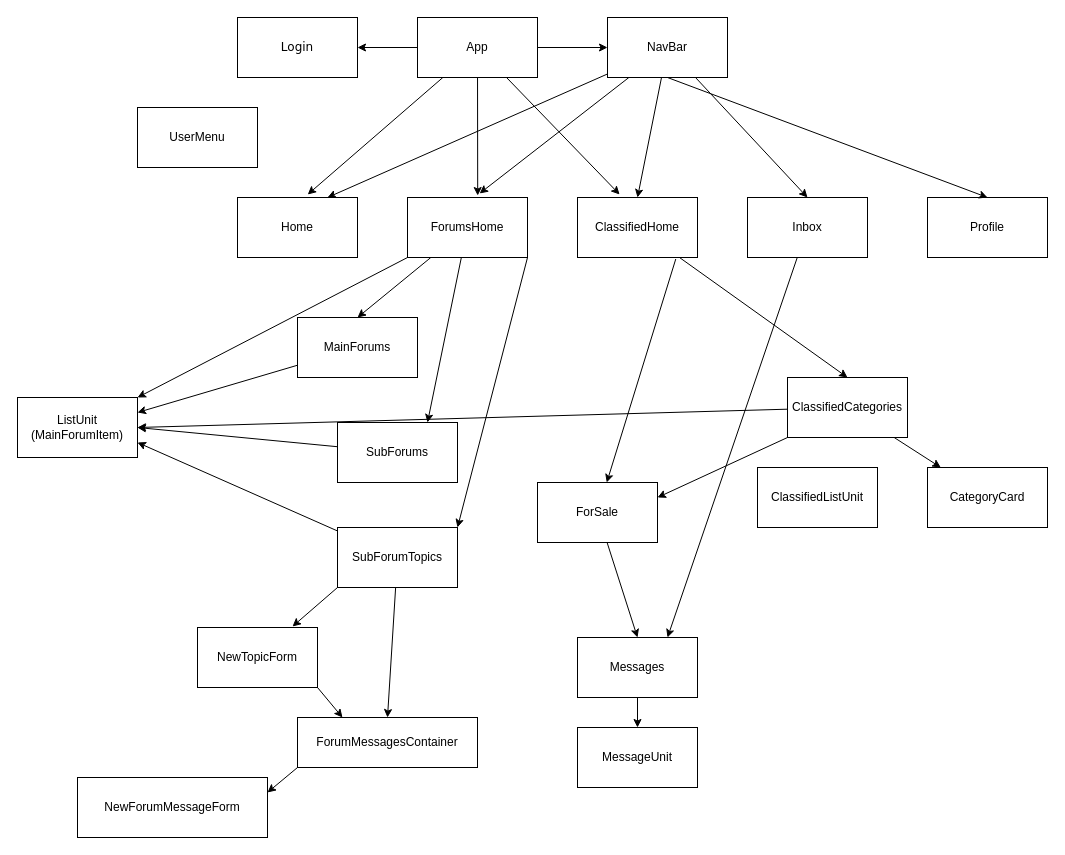
Above: client/wireframe.drawio in stringtheory92/CAPSTONE (draw.io), before the change. Source tidied: cells renumbered, new cells numbered last; positions are measured from the earlier drawing's top-left corner, leaving out a move shared by most shapes. Both pictures are drawn from the tidied source at 100%, with x=0, y=0 at pixel (17, 17).
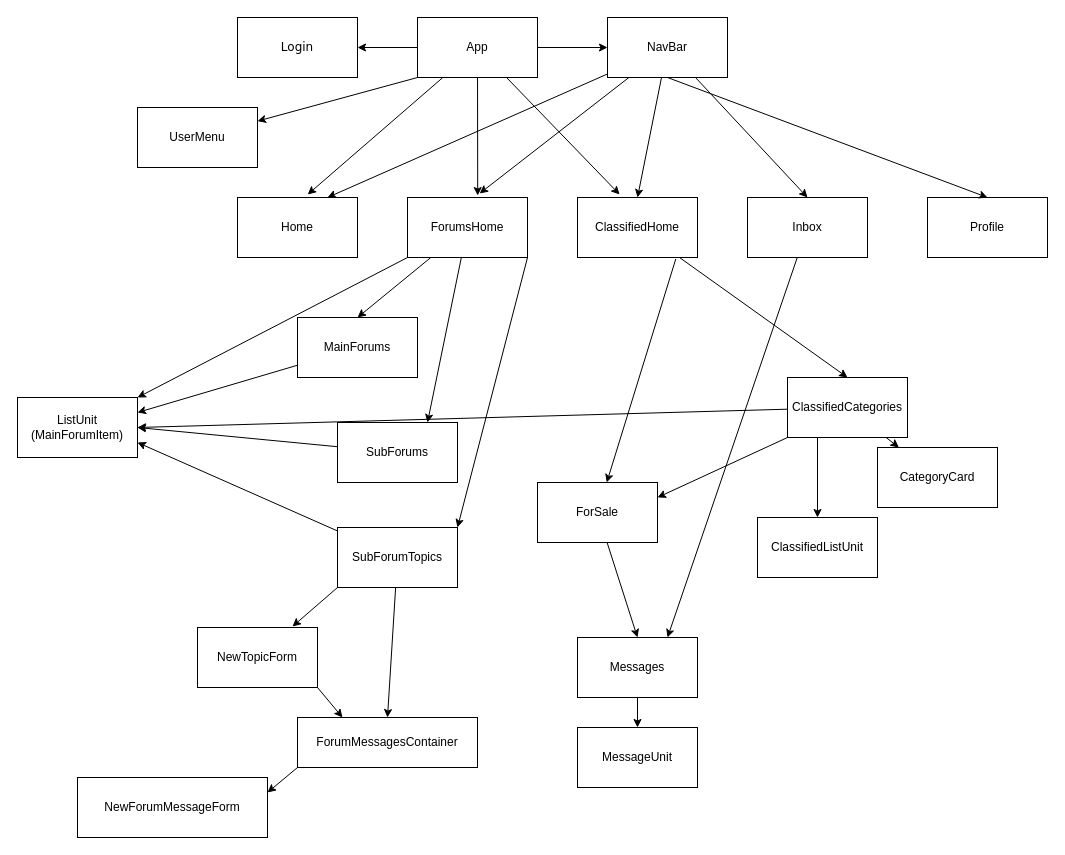
The same page after the edit.

Unchanged cells that the change refers to:
```xml
<mxCell id="12" value="App" style="rounded=0;whiteSpace=wrap;html=1;" parent="1" vertex="1">
  <mxGeometry x="400" width="120" height="60" as="geometry" />
</mxCell>
<mxCell id="38" value="ClassifiedCategories" style="rounded=0;whiteSpace=wrap;html=1;" parent="1" vertex="1">
  <mxGeometry x="770" y="360" width="120" height="60" as="geometry" />
</mxCell>
<mxCell id="53" value="UserMenu" style="rounded=0;whiteSpace=wrap;html=1;" parent="1" vertex="1">
  <mxGeometry x="120" y="90" width="120" height="60" as="geometry" />
</mxCell>
```

The edit, as a diff of the source:
```diff
@@
+    <mxCell id="54" style="edgeStyle=none;html=1;exitX=0;exitY=1;exitDx=0;exitDy=0;" parent="1" edge="1" source="12" target="53">
+      <mxGeometry relative="1" as="geometry" />
+    </mxCell>
@@
+    <mxCell id="55" style="edgeStyle=none;html=1;exitX=0.25;exitY=1;exitDx=0;exitDy=0;entryX=0.5;entryY=0;entryDx=0;entryDy=0;" parent="1" edge="1" source="38" target="52">
+      <mxGeometry relative="1" as="geometry" />
+    </mxCell>
@@
     <mxCell id="51" value="CategoryCard" style="rounded=0;whiteSpace=wrap;html=1;" parent="1" vertex="1">
-      <mxGeometry x="910" y="450" width="120" height="60" as="geometry" />
+      <mxGeometry x="860" y="430" width="120" height="60" as="geometry" />
     </mxCell>
     <mxCell id="52" value="ClassifiedListUnit" style="rounded=0;whiteSpace=wrap;html=1;" parent="1" vertex="1">
-      <mxGeometry x="740" y="450" width="120" height="60" as="geometry" />
+      <mxGeometry x="740" y="500" width="120" height="60" as="geometry" />
     </mxCell>
```
